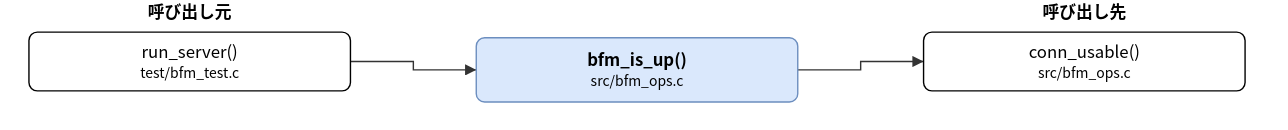
Earlier version of the draw.io export doc/spec/images/call_src_bfm_ops-bfm_is_up.drawio.svg (hf355051012-ai/bfmem). Source tidied: cells renumbered, new cells last; positions are measured from the earlier drawing's top-left corner, leaving out a move shared by most shapes.
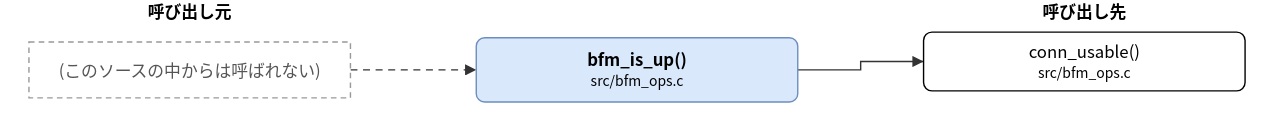
Above is the later version.

Diff of the diagram source:
```diff
@@ -5,27 +5,22 @@
     <mxCell id="2" value="bfm_is_up()&lt;br&gt;&lt;font style=&quot;font-size:10px&quot;&gt;src/bfm_ops.c&lt;/font&gt;" style="rounded=1;whiteSpace=wrap;html=1;fillColor=#dae8fc;strokeColor=#6c8ebf;fontStyle=1;" parent="1" vertex="1">
       <mxGeometry x="320" y="27" width="230" height="46" as="geometry" />
     </mxCell>
+    <mxCell id="4" value="conn_usable()&lt;br&gt;&lt;font style=&quot;font-size:10px&quot;&gt;src/bfm_ops.c&lt;/font&gt;" style="rounded=1;whiteSpace=wrap;html=1;" parent="1" vertex="1">
+      <mxGeometry x="640" y="23" width="230" height="42" as="geometry" />
+    </mxCell>
-    <mxCell id="3" value="run_server()&lt;br&gt;&lt;font style=&quot;font-size:10px&quot;&gt;test/bfm_test.c&lt;/font&gt;" style="rounded=1;whiteSpace=wrap;html=1;" parent="1" vertex="1">
-      <mxGeometry y="23" width="230" height="42" as="geometry" />
+    <mxCell id="3" value="(このソースの中からは呼ばれない)" style="rounded=0;whiteSpace=wrap;html=1;dashed=1;strokeColor=#999999;fontColor=#555555;dashed=1;" parent="1" vertex="1">
+      <mxGeometry y="30" width="230" height="40" as="geometry" />
     </mxCell>
-    <mxCell id="4" value="conn_usable()&lt;br&gt;&lt;font style=&quot;font-size:10px&quot;&gt;src/bfm_ops.c&lt;/font&gt;" style="rounded=1;whiteSpace=wrap;html=1;" parent="1" vertex="1">
-      <mxGeometry x="640" y="23" width="230" height="42" as="geometry" />
-    </mxCell>
-    <mxCell id="5" style="edgeStyle=none;html=1;rounded=0;endArrow=block;endFill=1;exitX=1.0000;exitY=0.5000;exitDx=0;exitDy=0;exitPerimeter=0;entryX=0.0000;entryY=0.5000;entryDx=0;entryDy=0;entryPerimeter=0;" parent="1" edge="1" source="3" target="2">
+    <mxCell id="5" style="edgeStyle=none;html=1;rounded=0;endArrow=block;endFill=1;exitX=1.0000;exitY=0.5000;exitDx=0;exitDy=0;exitPerimeter=0;entryX=0.0000;entryY=0.5000;entryDx=0;entryDy=0;entryPerimeter=0;" parent="1" edge="1" source="2" target="4">
       <mxGeometry relative="1" as="geometry">
         <Array as="points">
-          <mxPoint x="275" y="44" />
-          <mxPoint x="275" y="50" />
+          <mxPoint x="595" y="50" />
+          <mxPoint x="595" y="44" />
         </Array>
       </mxGeometry>
     </mxCell>
-    <mxCell id="6" style="edgeStyle=none;html=1;rounded=0;endArrow=block;endFill=1;exitX=1.0000;exitY=0.5000;exitDx=0;exitDy=0;exitPerimeter=0;entryX=0.0000;entryY=0.5000;entryDx=0;entryDy=0;entryPerimeter=0;" parent="1" edge="1" source="2" target="4">
-      <mxGeometry relative="1" as="geometry">
-        <Array as="points">
-          <mxPoint x="595" y="50" />
-          <mxPoint x="595" y="44" />
-        </Array>
-      </mxGeometry>
+    <mxCell id="6" style="edgeStyle=none;html=1;rounded=0;endArrow=block;endFill=1;exitX=1.0000;exitY=0.5000;exitDx=0;exitDy=0;exitPerimeter=0;entryX=0.0000;entryY=0.5000;entryDx=0;entryDy=0;entryPerimeter=0;dashed=1;" parent="1" edge="1" source="3" target="2">
+      <mxGeometry relative="1" as="geometry" />
     </mxCell>
     <mxCell id="7" value="呼び出し元" style="text;html=1;align=center;fontStyle=1;" parent="1" vertex="1">
       <mxGeometry x="35" width="160" height="18" as="geometry" />
```
